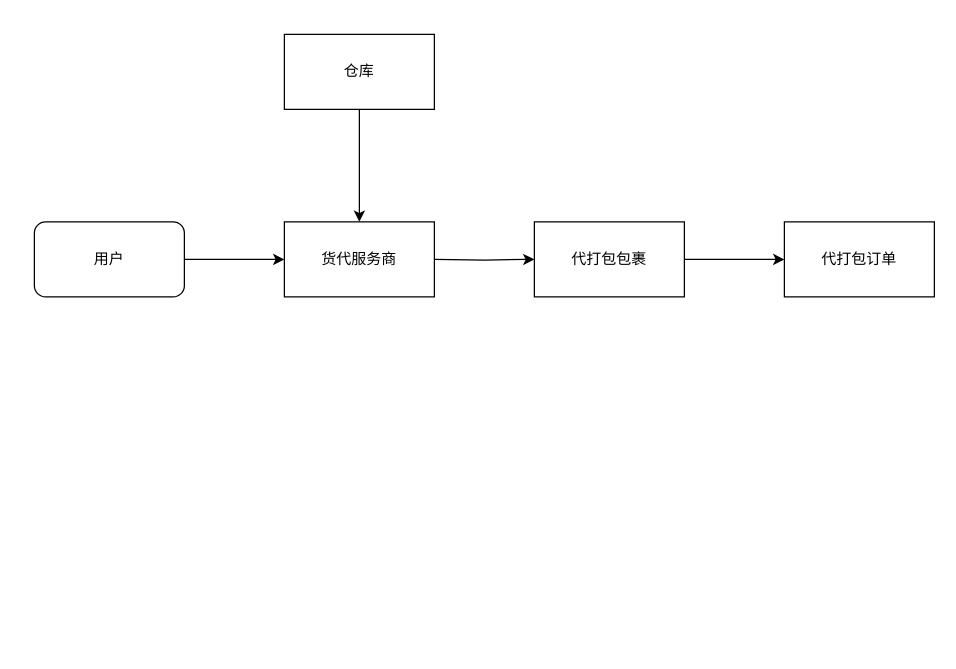
Before: mango/芒果代打包服务领域模型.drawio in ciyuan1269691683/personal_picture_bed, a draw.io diagram. Source tidied: cells renumbered, new cells numbered last; positions are measured from the earlier drawing's top-left corner, leaving out a move shared by most shapes. Both pictures are drawn from the tidied source at 125%, with x=0, y=0 at pixel (34, 34).
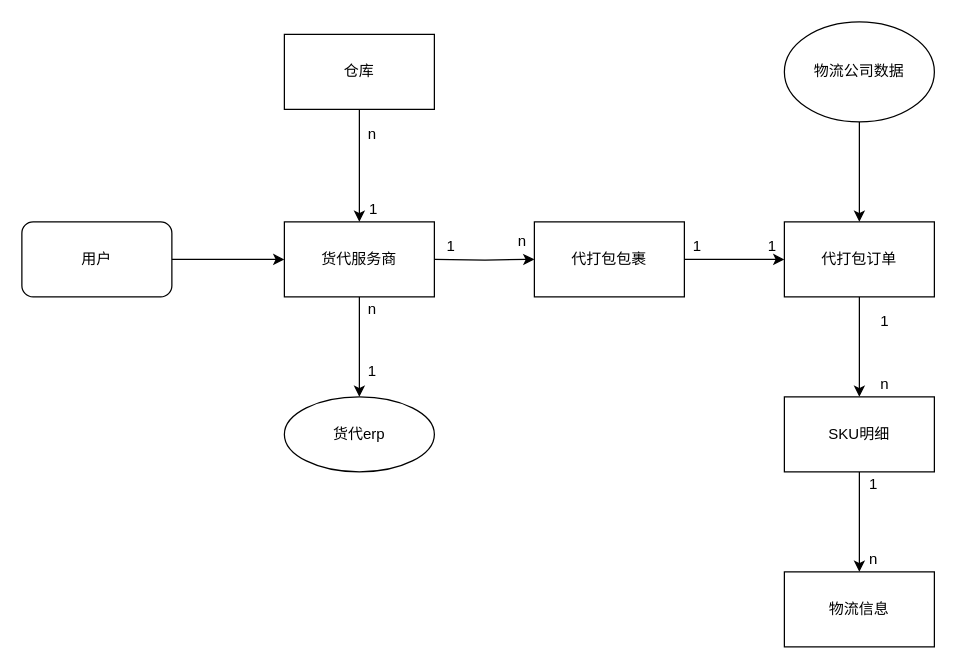
The same diagram, later.

Commit message:
更新芒果代打包服务领域模型.drawio

Unchanged cells that the change refers to:
```xml
<mxCell id="5" value="代打包订单" style="whiteSpace=wrap;html=1;rounded=0;" parent="1" vertex="1">
  <mxGeometry x="600" y="150" width="120" height="60" as="geometry" />
</mxCell>
<mxCell id="6" value="货代服务商" style="rounded=0;whiteSpace=wrap;html=1;" parent="1" vertex="1">
  <mxGeometry x="200" y="150" width="120" height="60" as="geometry" />
</mxCell>
```

The edit, as a diff of the source:
```diff
@@
+    <mxCell id="11" style="edgeStyle=orthogonalEdgeStyle;rounded=0;jettySize=auto;html=1;" parent="1" edge="1" source="5" target="25">
+      <mxGeometry relative="1" as="geometry" />
+    </mxCell>
@@
+    <mxCell id="12" style="edgeStyle=orthogonalEdgeStyle;rounded=0;jettySize=auto;html=1;" parent="1" edge="1" source="6" target="13">
+      <mxGeometry relative="1" as="geometry" />
+    </mxCell>
@@
     <mxCell id="8" value="用户" style="rounded=1;whiteSpace=wrap;html=1;" parent="1" vertex="1">
-      <mxGeometry y="150" width="120" height="60" as="geometry" />
+      <mxGeometry x="-10" y="150" width="120" height="60" as="geometry" />
     </mxCell>
@@
+    <mxCell id="13" value="货代erp" style="ellipse;whiteSpace=wrap;html=1;rounded=0;" parent="1" vertex="1">
+      <mxGeometry x="200" y="290" width="120" height="60" as="geometry" />
+    </mxCell>
+    <mxCell id="14" style="edgeStyle=orthogonalEdgeStyle;rounded=0;jettySize=auto;html=1;" parent="1" edge="1" source="15" target="5">
+      <mxGeometry relative="1" as="geometry" />
+    </mxCell>
+    <mxCell id="15" value="物流公司数据" style="ellipse;whiteSpace=wrap;html=1;" parent="1" vertex="1">
+      <mxGeometry x="600" y="-10" width="120" height="80" as="geometry" />
+    </mxCell>
+    <mxCell id="16" value="n" style="text;html=1;align=center;verticalAlign=middle;strokeColor=none;fillColor=none;" parent="1" vertex="1">
+      <mxGeometry x="260" y="70" width="20" height="20" as="geometry" />
+    </mxCell>
+    <mxCell id="17" value="1" style="text;html=1;align=center;verticalAlign=middle;strokeColor=none;fillColor=none;" parent="1" vertex="1">
+      <mxGeometry x="261" y="130" width="20" height="20" as="geometry" />
+    </mxCell>
+    <mxCell id="18" value="n" style="text;html=1;align=center;verticalAlign=middle;strokeColor=none;fillColor=none;" parent="1" vertex="1">
+      <mxGeometry x="260" y="210" width="20" height="20" as="geometry" />
+    </mxCell>
+    <mxCell id="19" value="1" style="text;html=1;align=center;verticalAlign=middle;strokeColor=none;fillColor=none;" parent="1" vertex="1">
+      <mxGeometry x="260" y="260" width="20" height="20" as="geometry" />
+    </mxCell>
+    <mxCell id="20" value="1" style="text;html=1;align=center;verticalAlign=middle;strokeColor=none;fillColor=none;" parent="1" vertex="1">
+      <mxGeometry x="323" y="160" width="20" height="20" as="geometry" />
+    </mxCell>
+    <mxCell id="21" value="n" style="text;html=1;align=center;verticalAlign=middle;strokeColor=none;fillColor=none;" parent="1" vertex="1">
+      <mxGeometry x="380" y="156" width="20" height="20" as="geometry" />
+    </mxCell>
+    <mxCell id="22" value="1" style="text;html=1;align=center;verticalAlign=middle;strokeColor=none;fillColor=none;" parent="1" vertex="1">
+      <mxGeometry x="520" y="160" width="20" height="20" as="geometry" />
+    </mxCell>
+    <mxCell id="23" value="1" style="text;html=1;align=center;verticalAlign=middle;strokeColor=none;fillColor=none;" parent="1" vertex="1">
+      <mxGeometry x="580" y="160" width="20" height="20" as="geometry" />
+    </mxCell>
+    <mxCell id="24" style="edgeStyle=orthogonalEdgeStyle;rounded=0;jettySize=auto;html=1;" parent="1" edge="1" source="25" target="26">
+      <mxGeometry relative="1" as="geometry" />
+    </mxCell>
+    <mxCell id="25" value="SKU明细" style="whiteSpace=wrap;html=1;rounded=0;" parent="1" vertex="1">
+      <mxGeometry x="600" y="290" width="120" height="60" as="geometry" />
+    </mxCell>
+    <mxCell id="26" value="物流信息" style="whiteSpace=wrap;html=1;rounded=0;" parent="1" vertex="1">
+      <mxGeometry x="600" y="430" width="120" height="60" as="geometry" />
+    </mxCell>
+    <mxCell id="27" value="1" style="text;html=1;align=center;verticalAlign=middle;strokeColor=none;fillColor=none;" parent="1" vertex="1">
+      <mxGeometry x="670" y="220" width="20" height="20" as="geometry" />
+    </mxCell>
+    <mxCell id="28" value="n" style="text;html=1;align=center;verticalAlign=middle;strokeColor=none;fillColor=none;" parent="1" vertex="1">
+      <mxGeometry x="670" y="270" width="20" height="20" as="geometry" />
+    </mxCell>
+    <mxCell id="29" value="1" style="text;html=1;align=center;verticalAlign=middle;strokeColor=none;fillColor=none;" parent="1" vertex="1">
+      <mxGeometry x="661" y="350" width="20" height="20" as="geometry" />
+    </mxCell>
+    <mxCell id="30" value="n" style="text;html=1;align=center;verticalAlign=middle;strokeColor=none;fillColor=none;" parent="1" vertex="1">
+      <mxGeometry x="661" y="410" width="20" height="20" as="geometry" />
+    </mxCell>
```
